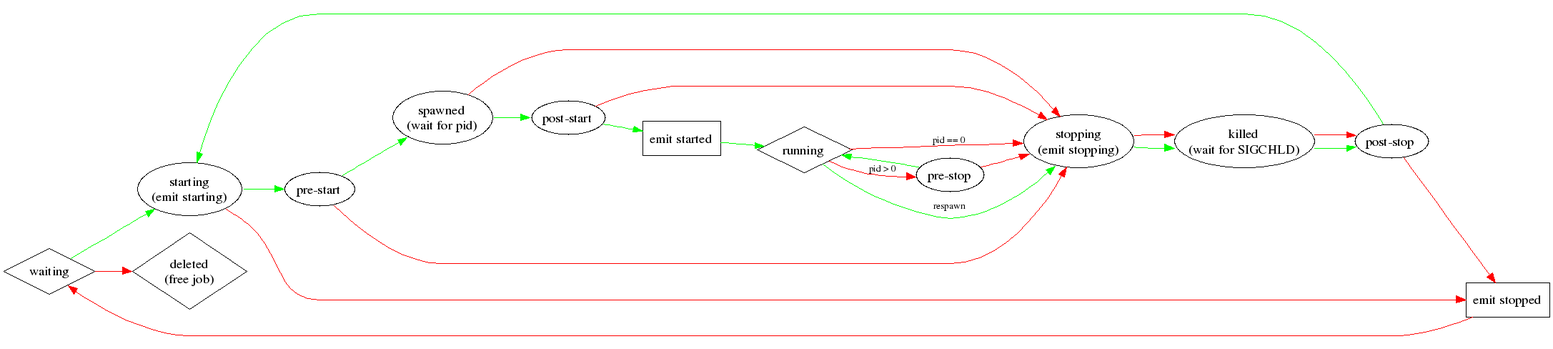
ubports/upstart keeps this Graphviz diagram as doc/states.png. Above is the earlier version. Its source is kept beside it as doc/states.dot.
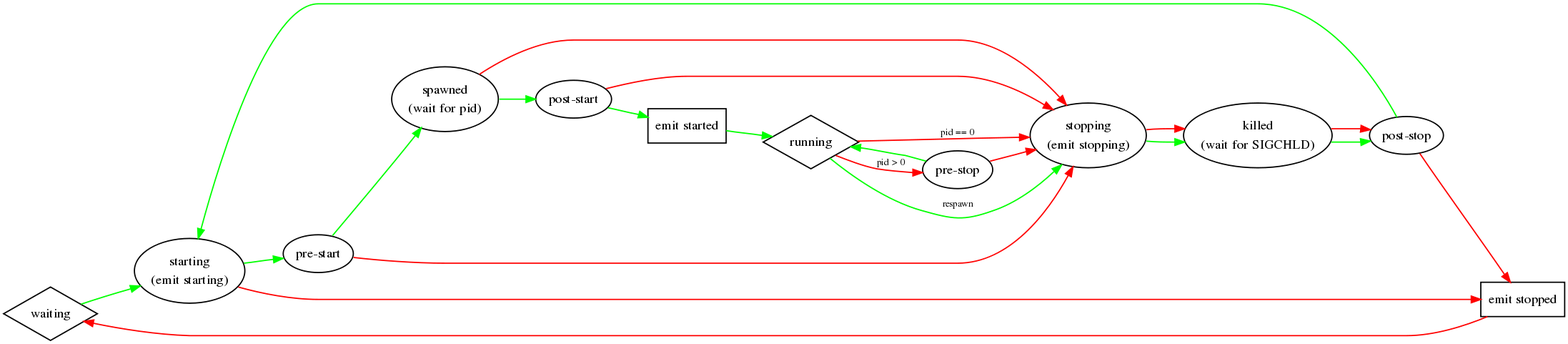
After the commit.

Diff of the diagram source:
```diff
@@ -35,10 +35,8 @@
 	killed [label="killed\n(wait for SIGCHLD)"];
 	post_stop [label="post-stop"];
 	emit_stopped [shape=rectangle,label="emit stopped"];
-	deleted [shape=diamond,label="deleted\n(free job)"];
 
 	waiting -> starting [color=green];
-	waiting -> deleted [color=red];
 	starting -> pre_start [color=green];
 	starting -> emit_stopped [color=red];
 	pre_start -> spawned [color=green];
```
